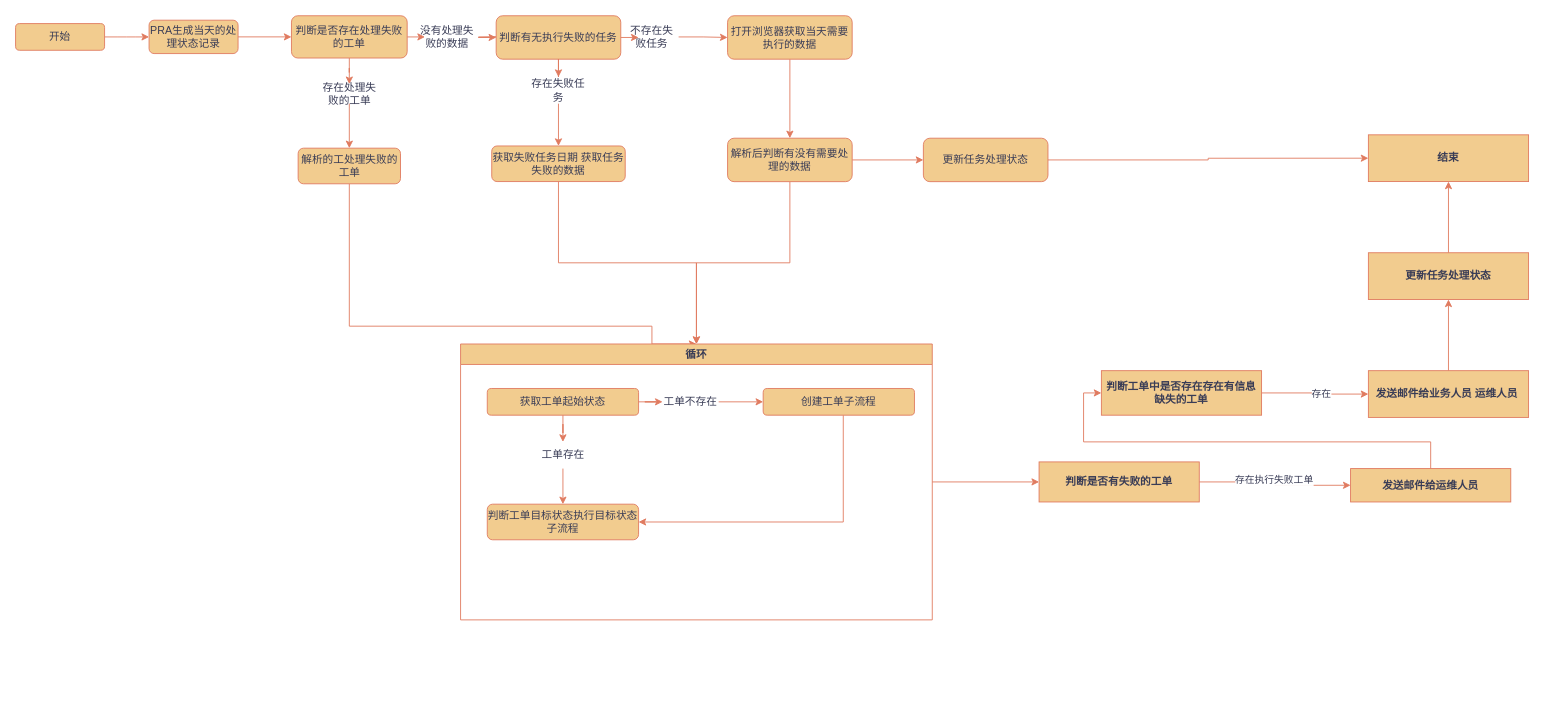
The draw.io diagram 威立雅主流程.drawio in changpeng-by66/mind-map, before the edit. Source tidied: cells renumbered, new cells numbered last; positions are measured from the earlier drawing's top-left corner, leaving out a move shared by most shapes. Both pictures are drawn from the tidied source at 89%, with x=0, y=0 at pixel (15, 15).
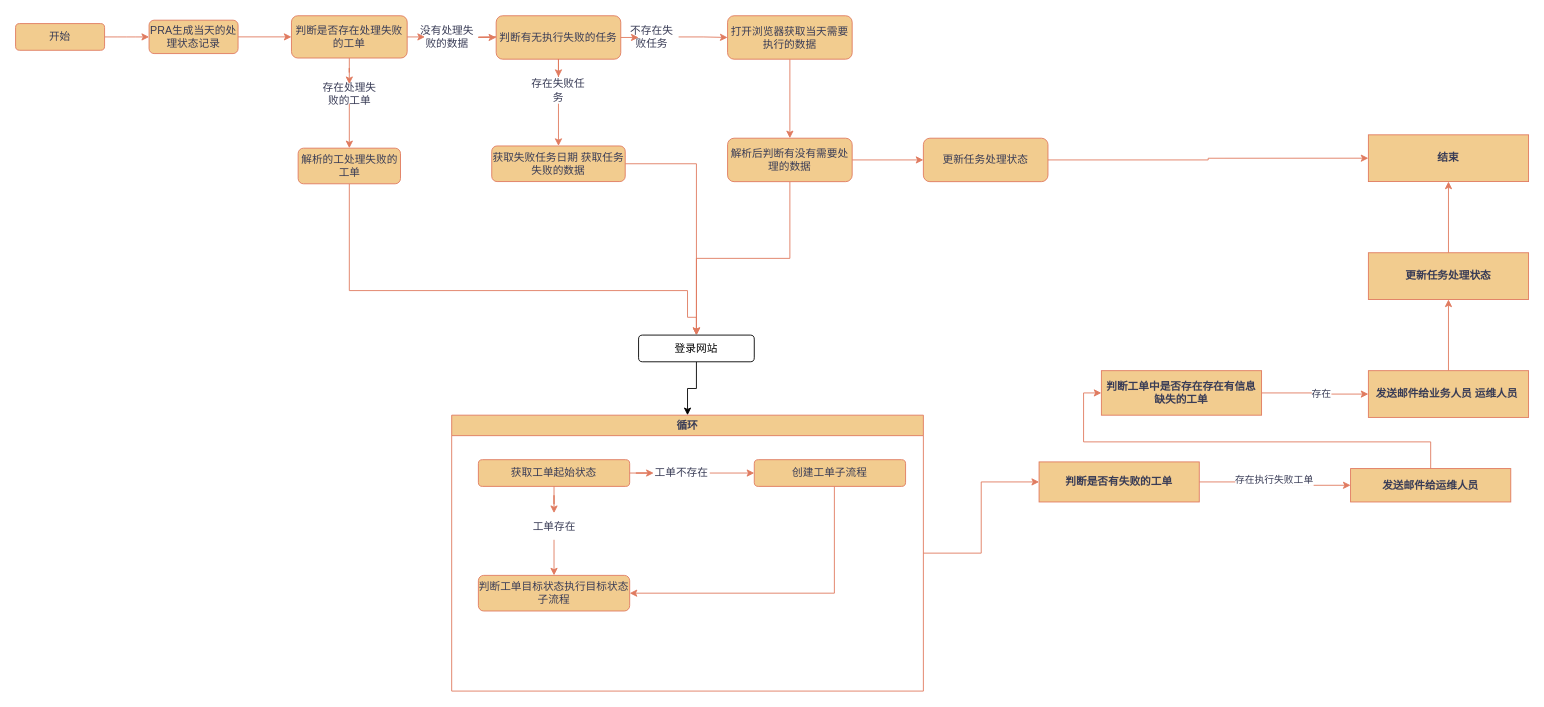
Above is the later version.

Commit message:
更新威立雅主流程.drawio

Unchanged cells that the change refers to:
```xml
<mxCell id="10" value="解析的工处理失败的工单" style="whiteSpace=wrap;html=1;rounded=1;labelBackgroundColor=none;fillColor=#F2CC8F;strokeColor=#E07A5F;fontColor=#393C56;" parent="1" vertex="1">
  <mxGeometry x="317.5" y="149" width="115" height="40" as="geometry" />
</mxCell>
<mxCell id="15" value="获取失败任务日期 获取任务失败的数据" style="whiteSpace=wrap;html=1;rounded=1;labelBackgroundColor=none;fillColor=#F2CC8F;strokeColor=#E07A5F;fontColor=#393C56;" parent="1" vertex="1">
  <mxGeometry x="535" y="146.5" width="150" height="40" as="geometry" />
</mxCell>
<mxCell id="28" value="解析后判断有没有需要处理的数据" style="whiteSpace=wrap;html=1;rounded=1;labelBackgroundColor=none;fillColor=#F2CC8F;strokeColor=#E07A5F;fontColor=#393C56;" parent="1" vertex="1">
  <mxGeometry x="800" y="137.8" width="140" height="48.8" as="geometry" />
</mxCell>
```

Change to the diagram source:
```diff
@@
-    <mxCell id="9" style="edgeStyle=orthogonalEdgeStyle;rounded=0;jettySize=auto;html=1;entryX=0.5;entryY=0;entryDx=0;entryDy=0;strokeColor=#E07A5F;fontColor=#393C56;fillColor=#F2CC8F;" parent="1" edge="1" source="10" target="30">
+    <mxCell id="9" style="edgeStyle=orthogonalEdgeStyle;rounded=0;jettySize=auto;html=1;entryX=0.5;entryY=0;entryDx=0;entryDy=0;strokeColor=#E07A5F;fontColor=#393C56;fillColor=#F2CC8F;" parent="1" edge="1" source="10" target="57">
       <mxGeometry relative="1" as="geometry">
         <Array as="points">
-          <mxPoint x="375" y="349" />
-          <mxPoint x="715" y="349" />
+          <mxPoint x="375" y="309" />
+          <mxPoint x="755" y="309" />
+          <mxPoint x="755" y="339" />
+          <mxPoint x="765" y="339" />
         </Array>
       </mxGeometry>
     </mxCell>
@@
-    <mxCell id="14" style="edgeStyle=orthogonalEdgeStyle;rounded=0;jettySize=auto;html=1;entryX=0.5;entryY=0;entryDx=0;entryDy=0;strokeColor=#E07A5F;fontColor=#393C56;fillColor=#F2CC8F;" parent="1" edge="1" source="15" target="30">
+    <mxCell id="14" style="edgeStyle=orthogonalEdgeStyle;rounded=0;jettySize=auto;html=1;entryX=0.5;entryY=0;entryDx=0;entryDy=0;strokeColor=#E07A5F;fontColor=#393C56;fillColor=#F2CC8F;" parent="1" edge="1" source="15" target="57">
       <mxGeometry relative="1" as="geometry" />
     </mxCell>
@@
-    <mxCell id="26" style="edgeStyle=orthogonalEdgeStyle;rounded=0;jettySize=auto;html=1;entryX=0.5;entryY=0;entryDx=0;entryDy=0;strokeColor=#E07A5F;fontColor=#393C56;fillColor=#F2CC8F;" parent="1" edge="1" source="28" target="30">
+    <mxCell id="26" style="edgeStyle=orthogonalEdgeStyle;rounded=0;jettySize=auto;html=1;entryX=0.5;entryY=0;entryDx=0;entryDy=0;strokeColor=#E07A5F;fontColor=#393C56;fillColor=#F2CC8F;" parent="1" edge="1" source="28" target="57">
       <mxGeometry relative="1" as="geometry" />
     </mxCell>
@@
     <mxCell id="30" value="循环" style="swimlane;whiteSpace=wrap;html=1;strokeColor=#E07A5F;fontColor=#393C56;fillColor=#F2CC8F;" parent="1" vertex="1">
-      <mxGeometry x="500" y="369" width="530" height="310" as="geometry" />
+      <mxGeometry x="490" y="449" width="530" height="310" as="geometry" />
     </mxCell>
@@
+    <mxCell id="56" style="edgeStyle=orthogonalEdgeStyle;rounded=0;jettySize=auto;html=1;entryX=0.5;entryY=0;entryDx=0;entryDy=0;" parent="1" edge="1" source="57" target="30">
+      <mxGeometry relative="1" as="geometry" />
+    </mxCell>
+    <mxCell id="57" value="登录网站" style="rounded=1;whiteSpace=wrap;html=1;" parent="1" vertex="1">
+      <mxGeometry x="700" y="359" width="130" height="30" as="geometry" />
+    </mxCell>
```
